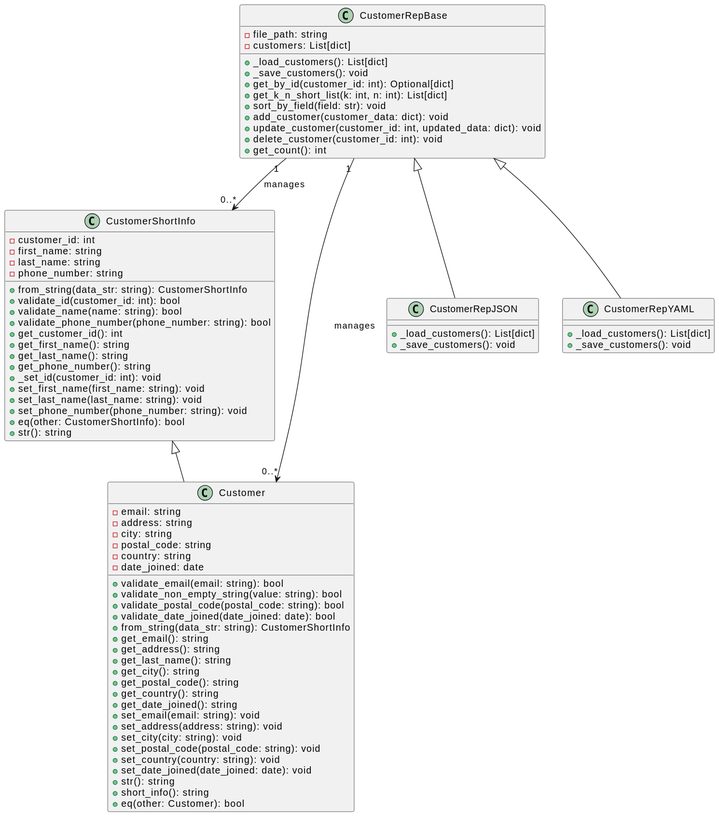
The PlantUML diagram Class_Diagram.svg in AndreyDerkatch/InformationSystemDesign, before a commit.
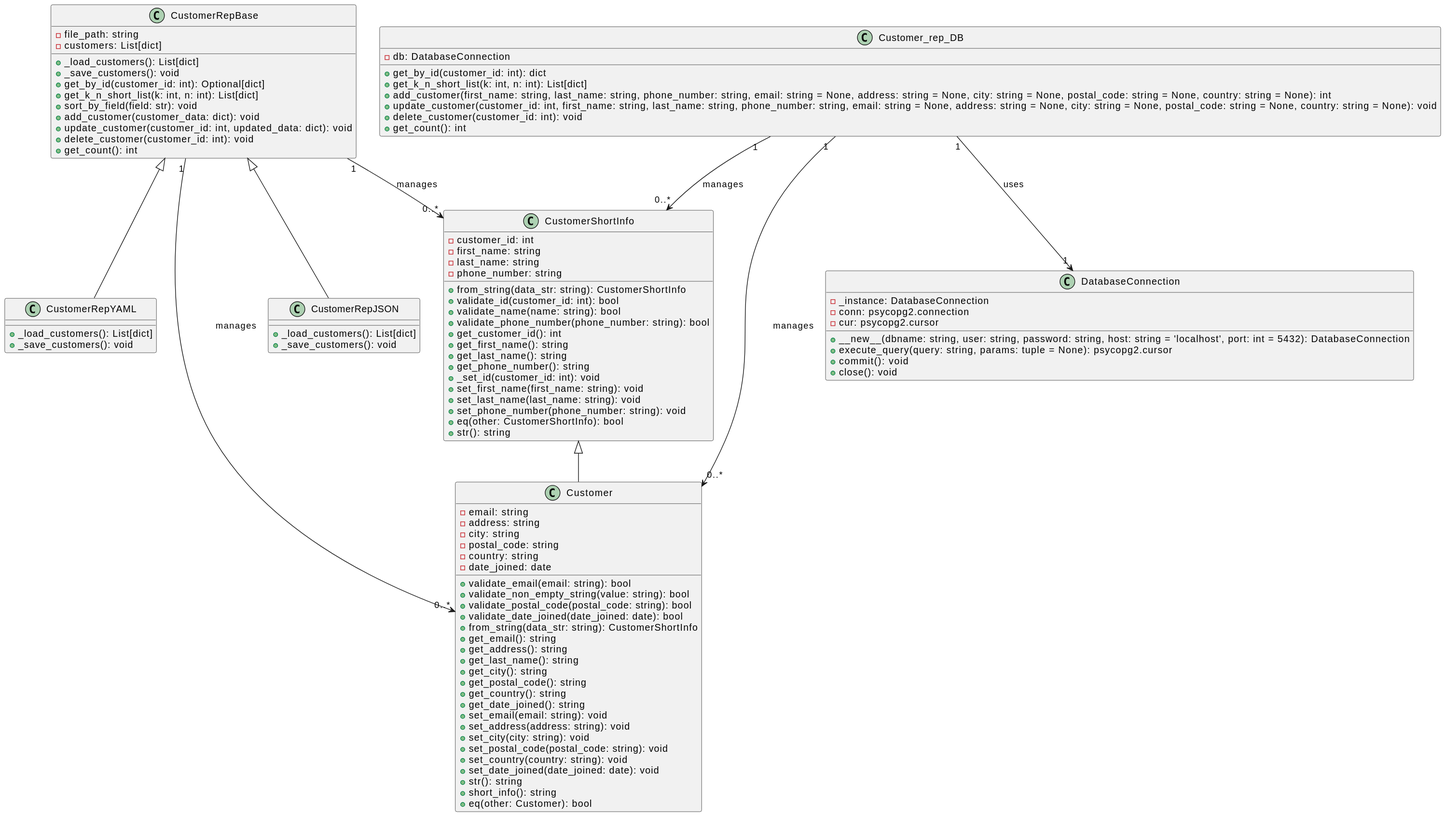
After the change.

Commit message:
Добавление новых классов в диаграмму

The edit, as a diff of the source:
```diff
@@ -1,4 +1,5 @@
 @startuml
+
 Class CustomerShortInfo {
     -customer_id: int
     -first_name: string
@@ -77,10 +78,35 @@
     +_save_customers(): void
 }
 
+Class Customer_rep_DB {
+    -db: DatabaseConnection
+
+    +get_by_id(customer_id: int): dict
+    +get_k_n_short_list(k: int, n: int): List[dict]
+    +add_customer(first_name: string, last_name: string, phone_number: string, email: string = None, address: string = None, city: string = None, postal_code: string = None, country: string = None): int
+    +update_customer(customer_id: int, first_name: string, last_name: string, phone_number: string, email: string = None, address: string = None, city: string = None, postal_code: string = None, country: string = None): void
+    +delete_customer(customer_id: int): void
+    +get_count(): int
+}
+
+Class DatabaseConnection {
+    -_instance: DatabaseConnection
+    -conn: psycopg2.connection
+    -cur: psycopg2.cursor
+
+    +__new__(dbname: string, user: string, password: string, host: string = 'localhost', port: int = 5432): DatabaseConnection
+    +execute_query(query: string, params: tuple = None): psycopg2.cursor
+    +commit(): void
+    +close(): void
+}
+
 CustomerShortInfo <|-- Customer
 CustomerRepBase <|-- CustomerRepJSON
 CustomerRepBase <|-- CustomerRepYAML
 
 CustomerRepBase "1" --> "0..*" Customer : manages
 CustomerRepBase "1" --> "0..*" CustomerShortInfo : manages
+Customer_rep_DB "1" --> "1" DatabaseConnection : uses
+Customer_rep_DB "1" --> "0..*" Customer : manages
+Customer_rep_DB "1" --> "0..*" CustomerShortInfo : manages
 @enduml
```
